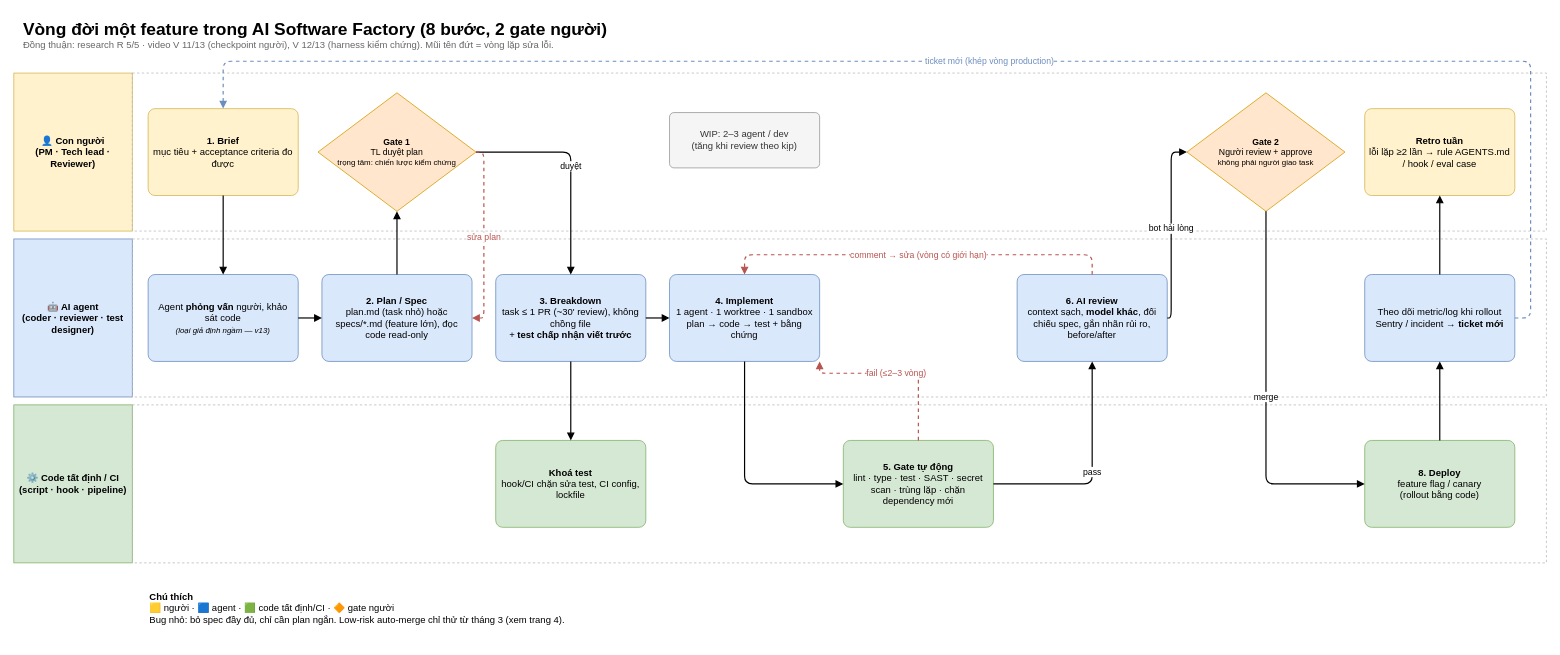
The draw.io diagram page "1. Quy trình 8 bước" (1 of 5) of diagrams/software-factory.drawio in tinhthanh/software-factory-research, before the edit. Source tidied: cells renumbered, new cells numbered last; positions are measured from the earlier drawing's top-left corner, leaving out a move shared by most shapes. Both pictures are drawn from the tidied source at 79%, with x=0, y=0 at pixel (13, 13).
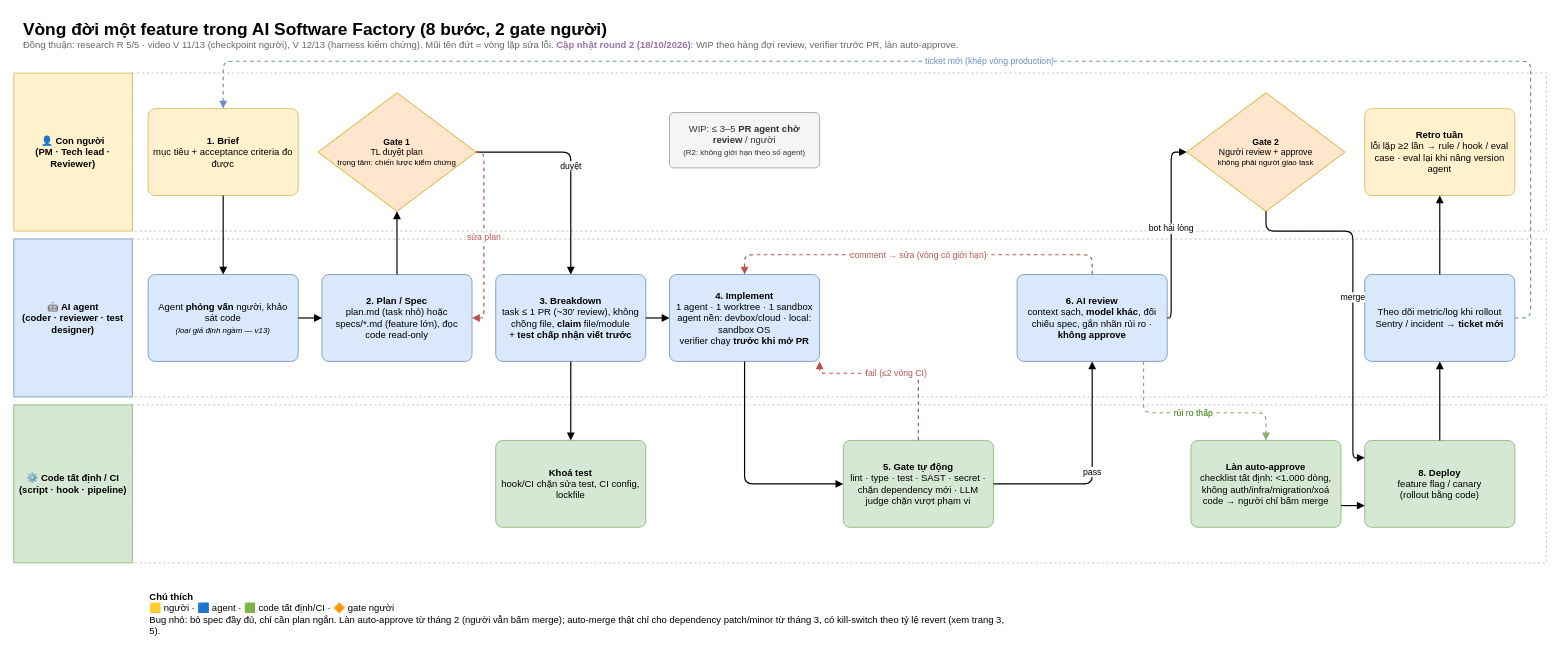
The same diagram, later.

Commit message (it also covers changes not shown here):
docs(diagrams): update draw.io to round 2 findings, add page 5

The change refers to these unchanged cells:
```xml
<mxCell id="9" value="&lt;b&gt;1. Brief&lt;/b&gt;&lt;br&gt;mục tiêu + acceptance criteria đo được" style="rounded=1;whiteSpace=wrap;html=1;arcSize=8;fontSize=12;spacing=6;fillColor=#fff2cc;strokeColor=#d6b656;" parent="1" vertex="1">
  <mxGeometry x="170" y="120" width="190" height="110" as="geometry" />
</mxCell>
<mxCell id="10" value="Agent &lt;b&gt;phỏng vấn&lt;/b&gt; người, khảo sát code&lt;br&gt;&lt;i style='font-size:10px'&gt;(loại giả định ngầm — v13)&lt;/i&gt;" style="rounded=1;whiteSpace=wrap;html=1;arcSize=8;fontSize=12;spacing=6;fillColor=#dae8fc;strokeColor=#6c8ebf;" parent="1" vertex="1">
  <mxGeometry x="170" y="330" width="190" height="110" as="geometry" />
</mxCell>
<mxCell id="11" value="&lt;b&gt;2. Plan / Spec&lt;/b&gt;&lt;br&gt;plan.md (task nhỏ) hoặc specs/*.md (feature lớn), đọc code read-only" style="rounded=1;whiteSpace=wrap;html=1;arcSize=8;fontSize=12;spacing=6;fillColor=#dae8fc;strokeColor=#6c8ebf;" parent="1" vertex="1">
  <mxGeometry x="390" y="330" width="190" height="110" as="geometry" />
</mxCell>
<mxCell id="12" value="&lt;b&gt;Gate 1&lt;/b&gt;&lt;br&gt;TL duyệt plan&lt;br&gt;&lt;span style='font-size:10px'&gt;trọng tâm: chiến lược kiểm chứng&lt;/span&gt;" style="rhombus;whiteSpace=wrap;html=1;fontSize=11;fillColor=#ffe6cc;strokeColor=#d79b00;" parent="1" vertex="1">
  <mxGeometry x="385" y="100" width="200" height="150" as="geometry" />
</mxCell>
<mxCell id="14" value="&lt;b&gt;Khoá test&lt;/b&gt;&lt;br&gt;hook/CI chặn sửa test, CI config, lockfile" style="rounded=1;whiteSpace=wrap;html=1;arcSize=8;fontSize=12;spacing=6;fillColor=#d5e8d4;strokeColor=#82b366;" parent="1" vertex="1">
  <mxGeometry x="610" y="540" width="190" height="110" as="geometry" />
</mxCell>
```

Change to the diagram source:
```diff
@@
-    <mxCell id="2" value="&lt;b style='font-size:22px'&gt;Vòng đời một feature trong AI Software Factory (8 bước, 2 gate người)&lt;/b&gt;&lt;br&gt;&lt;span style='color:#666'&gt;Đồng thuận: research R 5/5 · video V 11/13 (checkpoint người), V 12/13 (harness kiểm chứng). Mũi tên đứt = vòng lặp sửa lỗi.&lt;/span&gt;" style="text;html=1;whiteSpace=wrap;align=left;verticalAlign=top;fontSize=12;" parent="1" vertex="1">
+    <mxCell id="2" value="&lt;b style='font-size:22px'&gt;Vòng đời một feature trong AI Software Factory (8 bước, 2 gate người)&lt;/b&gt;&lt;br&gt;&lt;span style='color:#666'&gt;Đồng thuận: research R 5/5 · video V 11/13 (checkpoint người), V 12/13 (harness kiểm chứng). Mũi tên đứt = vòng lặp sửa lỗi. &lt;b style='color:#9673a6'&gt;Cập nhật round 2 (18/10/2026)&lt;/b&gt;: WIP theo hàng đợi review, verifier trước PR, làn auto-approve.&lt;/span&gt;" style="text;html=1;whiteSpace=wrap;align=left;verticalAlign=top;fontSize=12;" parent="1" vertex="1">
       <mxGeometry x="10" width="1500" height="60" as="geometry" />
     </mxCell>
@@
-    <mxCell id="13" value="&lt;b&gt;3. Breakdown&lt;/b&gt;&lt;br&gt;task ≤ 1 PR (~30' review), không chồng file&lt;br&gt;+ &lt;b&gt;test chấp nhận viết trước&lt;/b&gt;" style="rounded=1;whiteSpace=wrap;html=1;arcSize=8;fontSize=12;spacing=6;fillColor=#dae8fc;strokeColor=#6c8ebf;" parent="1" vertex="1">
+    <mxCell id="13" value="&lt;b&gt;3. Breakdown&lt;/b&gt;&lt;br&gt;task ≤ 1 PR (~30' review), không chồng file, &lt;b&gt;claim&lt;/b&gt; file/module&lt;br&gt;+ &lt;b&gt;test chấp nhận viết trước&lt;/b&gt;" style="rounded=1;whiteSpace=wrap;html=1;arcSize=8;fontSize=12;spacing=6;fillColor=#dae8fc;strokeColor=#6c8ebf;" parent="1" vertex="1">
       <mxGeometry x="610" y="330" width="190" height="110" as="geometry" />
     </mxCell>
@@
-    <mxCell id="15" value="&lt;b&gt;4. Implement&lt;/b&gt;&lt;br&gt;1 agent · 1 worktree · 1 sandbox&lt;br&gt;plan → code → test + bằng chứng" style="rounded=1;whiteSpace=wrap;html=1;arcSize=8;fontSize=12;spacing=6;fillColor=#dae8fc;strokeColor=#6c8ebf;" parent="1" vertex="1">
+    <mxCell id="15" value="&lt;b&gt;4. Implement&lt;/b&gt;&lt;br&gt;1 agent · 1 worktree · 1 sandbox&lt;br&gt;agent nền: devbox/cloud · local: sandbox OS&lt;br&gt;verifier chạy &lt;b&gt;trước khi mở PR&lt;/b&gt;" style="rounded=1;whiteSpace=wrap;html=1;arcSize=8;fontSize=12;spacing=6;fillColor=#dae8fc;strokeColor=#6c8ebf;" parent="1" vertex="1">
       <mxGeometry x="830" y="330" width="190" height="110" as="geometry" />
     </mxCell>
-    <mxCell id="16" value="WIP: 2–3 agent / dev&lt;br&gt;(tăng khi review theo kịp)" style="rounded=1;whiteSpace=wrap;html=1;arcSize=8;fontSize=12;spacing=6;fillColor=#f5f5f5;strokeColor=#999999;fontColor=#333333;" parent="1" vertex="1">
+    <mxCell id="16" value="WIP: ≤ 3–5 &lt;b&gt;PR agent chờ review&lt;/b&gt; / người&lt;br&gt;&lt;span style='font-size:10px'&gt;(R2: không giới hạn theo số agent)&lt;/span&gt;" style="rounded=1;whiteSpace=wrap;html=1;arcSize=8;fontSize=12;spacing=6;fillColor=#f5f5f5;strokeColor=#999999;fontColor=#333333;" parent="1" vertex="1">
       <mxGeometry x="830" y="125" width="190" height="70" as="geometry" />
     </mxCell>
-    <mxCell id="17" value="&lt;b&gt;5. Gate tự động&lt;/b&gt;&lt;br&gt;lint · type · test · SAST · secret scan · trùng lặp · chặn dependency mới" style="rounded=1;whiteSpace=wrap;html=1;arcSize=8;fontSize=12;spacing=6;fillColor=#d5e8d4;strokeColor=#82b366;" parent="1" vertex="1">
+    <mxCell id="17" value="&lt;b&gt;5. Gate tự động&lt;/b&gt;&lt;br&gt;lint · type · test · SAST · secret · chặn dependency mới · LLM judge chặn vượt phạm vi" style="rounded=1;whiteSpace=wrap;html=1;arcSize=8;fontSize=12;spacing=6;fillColor=#d5e8d4;strokeColor=#82b366;" parent="1" vertex="1">
       <mxGeometry x="1050" y="540" width="190" height="110" as="geometry" />
     </mxCell>
-    <mxCell id="18" value="&lt;b&gt;6. AI review&lt;/b&gt;&lt;br&gt;context sạch, &lt;b&gt;model khác&lt;/b&gt;, đối chiếu spec, gắn nhãn rủi ro, before/after" style="rounded=1;whiteSpace=wrap;html=1;arcSize=8;fontSize=12;spacing=6;fillColor=#dae8fc;strokeColor=#6c8ebf;" parent="1" vertex="1">
+    <mxCell id="18" value="&lt;b&gt;6. AI review&lt;/b&gt;&lt;br&gt;context sạch, &lt;b&gt;model khác&lt;/b&gt;, đối chiếu spec, gắn nhãn rủi ro · &lt;b&gt;không approve&lt;/b&gt;" style="rounded=1;whiteSpace=wrap;html=1;arcSize=8;fontSize=12;spacing=6;fillColor=#dae8fc;strokeColor=#6c8ebf;" parent="1" vertex="1">
       <mxGeometry x="1270" y="330" width="190" height="110" as="geometry" />
     </mxCell>
-    <mxCell id="19" value="&lt;b&gt;Gate 2&lt;/b&gt;&lt;br&gt;Người review + approve&lt;br&gt;&lt;span style='font-size:10px'&gt;không phải người giao task&lt;/span&gt;" style="rhombus;whiteSpace=wrap;html=1;fontSize=11;fillColor=#ffe6cc;strokeColor=#d79b00;" parent="1" vertex="1">
-      <mxGeometry x="1485" y="100" width="200" height="150" as="geometry" />
+    <mxCell id="19" value="&lt;b&gt;Làn auto-approve&lt;/b&gt;&lt;br&gt;checklist tất định: &amp;lt;1.000 dòng, không auth/infra/migration/xoá code → người chỉ bấm merge" style="rounded=1;whiteSpace=wrap;html=1;arcSize=8;fontSize=12;spacing=6;fillColor=#d5e8d4;strokeColor=#82b366;" parent="1" vertex="1">
+      <mxGeometry x="1490" y="540" width="190" height="110" as="geometry" />
     </mxCell>
-    <mxCell id="20" value="&lt;b&gt;8. Deploy&lt;/b&gt;&lt;br&gt;feature flag / canary&lt;br&gt;(rollout bằng code)" style="rounded=1;whiteSpace=wrap;html=1;arcSize=8;fontSize=12;spacing=6;fillColor=#d5e8d4;strokeColor=#82b366;" parent="1" vertex="1">
-      <mxGeometry x="1710" y="540" width="190" height="110" as="geometry" />
+    <mxCell id="20" value="&lt;b&gt;Gate 2&lt;/b&gt;&lt;br&gt;Người review + approve&lt;br&gt;&lt;span style='font-size:10px'&gt;không phải người giao task&lt;/span&gt;" style="rhombus;whiteSpace=wrap;html=1;fontSize=11;fillColor=#ffe6cc;strokeColor=#d79b00;" parent="1" vertex="1">
+      <mxGeometry x="1485" y="100" width="200" height="150" as="geometry" />
     </mxCell>
-    <mxCell id="21" value="Theo dõi metric/log khi rollout&lt;br&gt;Sentry / incident → &lt;b&gt;ticket mới&lt;/b&gt;" style="rounded=1;whiteSpace=wrap;html=1;arcSize=8;fontSize=12;spacing=6;fillColor=#dae8fc;strokeColor=#6c8ebf;" parent="1" vertex="1">
-      <mxGeometry x="1710" y="330" width="190" height="110" as="geometry" />
+    <mxCell id="21" value="&lt;b&gt;8. Deploy&lt;/b&gt;&lt;br&gt;feature flag / canary&lt;br&gt;(rollout bằng code)" style="rounded=1;whiteSpace=wrap;html=1;arcSize=8;fontSize=12;spacing=6;fillColor=#d5e8d4;strokeColor=#82b366;" parent="1" vertex="1">
+      <mxGeometry x="1710" y="540" width="190" height="110" as="geometry" />
     </mxCell>
-    <mxCell id="22" value="&lt;b&gt;Retro tuần&lt;/b&gt;&lt;br&gt;lỗi lặp ≥2 lần → rule AGENTS.md / hook / eval case" style="rounded=1;whiteSpace=wrap;html=1;arcSize=8;fontSize=12;spacing=6;fillColor=#fff2cc;strokeColor=#d6b656;" parent="1" vertex="1">
-      <mxGeometry x="1710" y="120" width="190" height="110" as="geometry" />
+    <mxCell id="22" value="Theo dõi metric/log khi rollout&lt;br&gt;Sentry / incident → &lt;b&gt;ticket mới&lt;/b&gt;" style="rounded=1;whiteSpace=wrap;html=1;arcSize=8;fontSize=12;spacing=6;fillColor=#dae8fc;strokeColor=#6c8ebf;" parent="1" vertex="1">
+      <mxGeometry x="1710" y="330" width="190" height="110" as="geometry" />
     </mxCell>
-    <mxCell id="23" style="edgeStyle=orthogonalEdgeStyle;rounded=1;html=1;fontSize=11;endArrow=block;endFill=1;strokeWidth=1.5;" parent="1" edge="1" source="9" target="10">
-      <mxGeometry relative="1" as="geometry" />
+    <mxCell id="23" value="&lt;b&gt;Retro tuần&lt;/b&gt;&lt;br&gt;lỗi lặp ≥2 lần → rule / hook / eval case · eval lại khi nâng version agent" style="rounded=1;whiteSpace=wrap;html=1;arcSize=8;fontSize=12;spacing=6;fillColor=#fff2cc;strokeColor=#d6b656;" parent="1" vertex="1">
+      <mxGeometry x="1710" y="120" width="190" height="110" as="geometry" />
     </mxCell>
-    <mxCell id="24" style="edgeStyle=orthogonalEdgeStyle;rounded=1;html=1;fontSize=11;endArrow=block;endFill=1;strokeWidth=1.5;" parent="1" edge="1" source="10" target="11">
+    <mxCell id="24" style="edgeStyle=orthogonalEdgeStyle;rounded=1;html=1;fontSize=11;endArrow=block;endFill=1;strokeWidth=1.5;" parent="1" edge="1" source="9" target="10">
       <mxGeometry relative="1" as="geometry" />
     </mxCell>
-    <mxCell id="25" style="edgeStyle=orthogonalEdgeStyle;rounded=1;html=1;fontSize=11;endArrow=block;endFill=1;strokeWidth=1.5;" parent="1" edge="1" source="11" target="12">
+    <mxCell id="25" style="edgeStyle=orthogonalEdgeStyle;rounded=1;html=1;fontSize=11;endArrow=block;endFill=1;strokeWidth=1.5;" parent="1" edge="1" source="10" target="11">
       <mxGeometry relative="1" as="geometry" />
     </mxCell>
-    <mxCell id="26" value="duyệt" style="edgeStyle=orthogonalEdgeStyle;rounded=1;html=1;fontSize=11;endArrow=block;endFill=1;strokeWidth=1.5;" parent="1" edge="1" source="12" target="13">
-      <mxGeometry relative="1" as="geometry">
-        <Array as="points">
-          <mxPoint x="705" y="175" />
-        </Array>
-      </mxGeometry>
+    <mxCell id="26" style="edgeStyle=orthogonalEdgeStyle;rounded=1;html=1;fontSize=11;endArrow=block;endFill=1;strokeWidth=1.5;" parent="1" edge="1" source="11" target="12">
+      <mxGeometry relative="1" as="geometry" />
     </mxCell>
-    <mxCell id="27" value="sửa plan" style="edgeStyle=orthogonalEdgeStyle;rounded=1;html=1;fontSize=11;endArrow=block;endFill=1;strokeWidth=1.5;dashed=1;strokeColor=#b85450;fontColor=#b85450;" parent="1" edge="1" source="12" target="11">
+    <mxCell id="27" value="duyệt" style="edgeStyle=orthogonalEdgeStyle;rounded=1;html=1;fontSize=11;endArrow=block;endFill=1;strokeWidth=1.5;" parent="1" edge="1" source="12" target="13">
       <mxGeometry relative="1" as="geometry">
         <Array as="points">
-          <mxPoint x="595" y="175" />
-          <mxPoint x="595" y="385" />
+          <mxPoint x="705" y="175" />
         </Array>
       </mxGeometry>
     </mxCell>
-    <mxCell id="28" style="edgeStyle=orthogonalEdgeStyle;rounded=1;html=1;fontSize=11;endArrow=block;endFill=1;strokeWidth=1.5;" parent="1" edge="1" source="13" target="14">
-      <mxGeometry relative="1" as="geometry" />
+    <mxCell id="28" value="sửa plan" style="edgeStyle=orthogonalEdgeStyle;rounded=1;html=1;fontSize=11;endArrow=block;endFill=1;strokeWidth=1.5;dashed=1;strokeColor=#b85450;fontColor=#b85450;" parent="1" edge="1" source="12" target="11">
+      <mxGeometry relative="1" as="geometry">
+        <Array as="points">
+          <mxPoint x="595" y="175" />
+          <mxPoint x="595" y="385" />
+        </Array>
+      </mxGeometry>
     </mxCell>
-    <mxCell id="29" style="edgeStyle=orthogonalEdgeStyle;rounded=1;html=1;fontSize=11;endArrow=block;endFill=1;strokeWidth=1.5;" parent="1" edge="1" source="13" target="15">
+    <mxCell id="29" style="edgeStyle=orthogonalEdgeStyle;rounded=1;html=1;fontSize=11;endArrow=block;endFill=1;strokeWidth=1.5;" parent="1" edge="1" source="13" target="14">
       <mxGeometry relative="1" as="geometry" />
     </mxCell>
-    <mxCell id="30" style="edgeStyle=orthogonalEdgeStyle;rounded=1;html=1;fontSize=11;endArrow=block;endFill=1;strokeWidth=1.5;" parent="1" edge="1" source="15" target="17">
-      <mxGeometry relative="1" as="geometry">
-        <Array as="points">
-          <mxPoint x="925" y="595" />
-        </Array>
-      </mxGeometry>
+    <mxCell id="30" style="edgeStyle=orthogonalEdgeStyle;rounded=1;html=1;fontSize=11;endArrow=block;endFill=1;strokeWidth=1.5;" parent="1" edge="1" source="13" target="15">
+      <mxGeometry relative="1" as="geometry" />
     </mxCell>
-    <mxCell id="31" value="fail (≤2–3 vòng)" style="edgeStyle=orthogonalEdgeStyle;rounded=1;html=1;fontSize=11;endArrow=block;endFill=1;strokeWidth=1.5;dashed=1;strokeColor=#b85450;fontColor=#b85450;" parent="1" edge="1" source="17" target="15">
+    <mxCell id="31" style="edgeStyle=orthogonalEdgeStyle;rounded=1;html=1;fontSize=11;endArrow=block;endFill=1;strokeWidth=1.5;" parent="1" edge="1" source="15" target="17">
       <mxGeometry relative="1" as="geometry">
         <Array as="points">
-          <mxPoint x="1145" y="455" />
-          <mxPoint x="1020" y="455" />
+          <mxPoint x="925" y="595" />
         </Array>
       </mxGeometry>
     </mxCell>
-    <mxCell id="32" value="pass" style="edgeStyle=orthogonalEdgeStyle;rounded=1;html=1;fontSize=11;endArrow=block;endFill=1;strokeWidth=1.5;" parent="1" edge="1" source="17" target="18">
+    <mxCell id="32" value="fail (≤2 vòng CI)" style="edgeStyle=orthogonalEdgeStyle;rounded=1;html=1;fontSize=11;endArrow=block;endFill=1;strokeWidth=1.5;dashed=1;strokeColor=#b85450;fontColor=#b85450;" parent="1" edge="1" source="17" target="15">
       <mxGeometry relative="1" as="geometry">
         <Array as="points">
-          <mxPoint x="1365" y="595" />
+          <mxPoint x="1145" y="455" />
+          <mxPoint x="1020" y="455" />
         </Array>
       </mxGeometry>
     </mxCell>
-    <mxCell id="33" value="comment → sửa (vòng có giới hạn)" style="edgeStyle=orthogonalEdgeStyle;rounded=1;html=1;fontSize=11;endArrow=block;endFill=1;strokeWidth=1.5;dashed=1;strokeColor=#b85450;fontColor=#b85450;" parent="1" edge="1" source="18" target="15">
+    <mxCell id="33" value="pass" style="edgeStyle=orthogonalEdgeStyle;rounded=1;html=1;fontSize=11;endArrow=block;endFill=1;strokeWidth=1.5;" parent="1" edge="1" source="17" target="18">
       <mxGeometry relative="1" as="geometry">
         <Array as="points">
-          <mxPoint x="1365" y="305" />
-          <mxPoint x="925" y="305" />
+          <mxPoint x="1365" y="595" />
         </Array>
       </mxGeometry>
     </mxCell>
-    <mxCell id="34" value="bot hài lòng" style="edgeStyle=orthogonalEdgeStyle;rounded=1;html=1;fontSize=11;endArrow=block;endFill=1;strokeWidth=1.5;exitX=1;exitY=0.5;entryX=0;entryY=0.5;" parent="1" edge="1" source="18" target="19">
+    <mxCell id="34" value="comment → sửa (vòng có giới hạn)" style="edgeStyle=orthogonalEdgeStyle;rounded=1;html=1;fontSize=11;endArrow=block;endFill=1;strokeWidth=1.5;dashed=1;strokeColor=#b85450;fontColor=#b85450;" parent="1" edge="1" source="18" target="15">
       <mxGeometry relative="1" as="geometry">
         <Array as="points">
-          <mxPoint x="1465" y="385" />
-          <mxPoint x="1465" y="175" />
+          <mxPoint x="1365" y="305" />
+          <mxPoint x="925" y="305" />
         </Array>
       </mxGeometry>
     </mxCell>
-    <mxCell id="35" value="merge" style="edgeStyle=orthogonalEdgeStyle;rounded=1;html=1;fontSize=11;endArrow=block;endFill=1;strokeWidth=1.5;" parent="1" edge="1" source="19" target="20">
+    <mxCell id="35" value="bot hài lòng" style="edgeStyle=orthogonalEdgeStyle;rounded=1;html=1;fontSize=11;endArrow=block;endFill=1;strokeWidth=1.5;exitX=1;exitY=0.5;entryX=0;entryY=0.5;" parent="1" edge="1" source="18" target="20">
       <mxGeometry relative="1" as="geometry">
         <Array as="points">
-          <mxPoint x="1585" y="595" />
+          <mxPoint x="1465" y="385" />
+          <mxPoint x="1465" y="175" />
         </Array>
       </mxGeometry>
     </mxCell>
-    <mxCell id="36" style="edgeStyle=orthogonalEdgeStyle;rounded=1;html=1;fontSize=11;endArrow=block;endFill=1;strokeWidth=1.5;" parent="1" edge="1" source="20" target="21">
-      <mxGeometry relative="1" as="geometry" />
+    <mxCell id="36" value="merge" style="edgeStyle=orthogonalEdgeStyle;rounded=1;html=1;fontSize=11;endArrow=block;endFill=1;strokeWidth=1.5;entryX=0;entryY=0.2;" parent="1" edge="1" source="20" target="21">
+      <mxGeometry relative="1" as="geometry">
+        <Array as="points">
+          <mxPoint x="1585" y="275" />
+          <mxPoint x="1695" y="275" />
+          <mxPoint x="1695" y="562" />
+        </Array>
+      </mxGeometry>
     </mxCell>
-    <mxCell id="37" style="edgeStyle=orthogonalEdgeStyle;rounded=1;html=1;fontSize=11;endArrow=block;endFill=1;strokeWidth=1.5;" parent="1" edge="1" source="21" target="22">
-      <mxGeometry relative="1" as="geometry" />
+    <mxCell id="37" value="rủi ro thấp" style="edgeStyle=orthogonalEdgeStyle;rounded=1;html=1;fontSize=11;endArrow=block;endFill=1;strokeWidth=1.5;dashed=1;strokeColor=#82b366;fontColor=#2d7600;" parent="1" edge="1" source="18" target="19">
+      <mxGeometry relative="1" as="geometry">
+        <Array as="points">
+          <mxPoint x="1430" y="505" />
+          <mxPoint x="1585" y="505" />
+        </Array>
+      </mxGeometry>
     </mxCell>
-    <mxCell id="38" value="ticket mới (khép vòng production)" style="edgeStyle=orthogonalEdgeStyle;rounded=1;html=1;fontSize=11;endArrow=block;endFill=1;strokeWidth=1.5;dashed=1;strokeColor=#6c8ebf;fontColor=#6c8ebf;" parent="1" edge="1" source="21" target="9">
-      <mxGeometry relative="1" as="geometry">
-        <Array as="points">
-          <mxPoint x="1920" y="385" />
-          <mxPoint x="1920" y="60" />
-          <mxPoint x="265" y="60" />
-        </Array>
-      </mxGeometry>
+    <mxCell id="38" style="edgeStyle=orthogonalEdgeStyle;rounded=1;html=1;fontSize=11;endArrow=block;endFill=1;strokeWidth=1.5;exitX=1;exitY=0.75;entryX=0;entryY=0.75;" parent="1" edge="1" source="19" target="21">
+      <mxGeometry relative="1" as="geometry" />
     </mxCell>
-    <mxCell id="39" value="&lt;b&gt;Chú thích&lt;/b&gt;&lt;br&gt;🟨 người · 🟦 agent · 🟩 code tất định/CI · 🔶 gate người&lt;br&gt;Bug nhỏ: bỏ spec đầy đủ, chỉ cần plan ngắn. Low-risk auto-merge chỉ thử từ tháng 3 (xem trang 4)." style="text;html=1;whiteSpace=wrap;align=left;verticalAlign=top;fontSize=12;" parent="1" vertex="1">
-      <mxGeometry x="170" y="725" width="900" height="70" as="geometry" />
+    <mxCell id="39" style="edgeStyle=orthogonalEdgeStyle;rounded=1;html=1;fontSize=11;endArrow=block;endFill=1;strokeWidth=1.5;" parent="1" edge="1" source="21" target="22">
+      <mxGeometry relative="1" as="geometry" />
     </mxCell>
+    <mxCell id="40" style="edgeStyle=orthogonalEdgeStyle;rounded=1;html=1;fontSize=11;endArrow=block;endFill=1;strokeWidth=1.5;" parent="1" edge="1" source="22" target="23">
+      <mxGeometry relative="1" as="geometry" />
+    </mxCell>
+    <mxCell id="41" value="ticket mới (khép vòng production)" style="edgeStyle=orthogonalEdgeStyle;rounded=1;html=1;fontSize=11;endArrow=block;endFill=1;strokeWidth=1.5;dashed=1;strokeColor=#6c8ebf;fontColor=#6c8ebf;" parent="1" edge="1" source="22" target="9">
+      <mxGeometry relative="1" as="geometry">
+        <Array as="points">
+          <mxPoint x="1920" y="385" />
+          <mxPoint x="1920" y="60" />
+          <mxPoint x="265" y="60" />
+        </Array>
+      </mxGeometry>
+    </mxCell>
+    <mxCell id="42" value="&lt;b&gt;Chú thích&lt;/b&gt;&lt;br&gt;🟨 người · 🟦 agent · 🟩 code tất định/CI · 🔶 gate người&lt;br&gt;Bug nhỏ: bỏ spec đầy đủ, chỉ cần plan ngắn. Làn auto-approve từ tháng 2 (người vẫn bấm merge); auto-merge thật chỉ cho dependency patch/minor từ tháng 3, có kill-switch theo tỷ lệ revert (xem trang 3, 5)." style="text;html=1;whiteSpace=wrap;align=left;verticalAlign=top;fontSize=12;" parent="1" vertex="1">
+      <mxGeometry x="170" y="725" width="1100" height="70" as="geometry" />
+    </mxCell>
```
